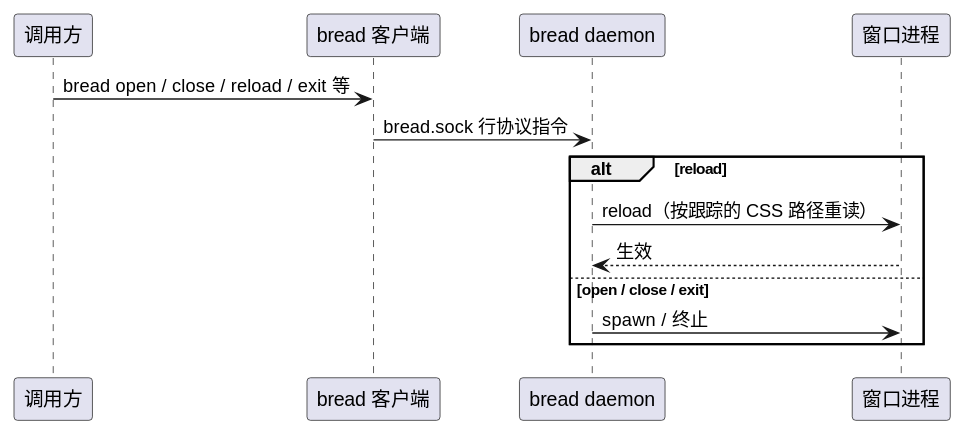
Above: diagram/breadknife-control-reload.svg in 54m43lJ/BreadKnife (PlantUML), before the change.
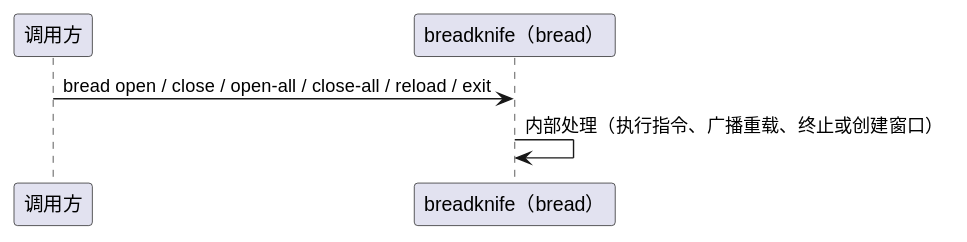
The same file after the commit.

The edit, as a diff of the source:
```diff
@@ -1,15 +1,7 @@
 @startuml
 participant 调用方
-participant "bread 客户端" as cli
-participant "bread daemon" as daemon
-participant "窗口进程" as win
+participant "breadknife（bread）" as bread
 
-调用方 -> cli: bread open / close / reload / exit 等
-cli -> daemon: bread.sock 行协议指令
-alt reload
-  daemon -> win: reload（按跟踪的 CSS 路径重读）
-  win --> daemon: 生效
-else open / close / exit
-  daemon -> win: spawn / 终止
-end
+调用方 -> bread: bread open / close / open-all / close-all / reload / exit
+bread -> bread: 内部处理（执行指令、广播重载、终止或创建窗口）
 @enduml
```
